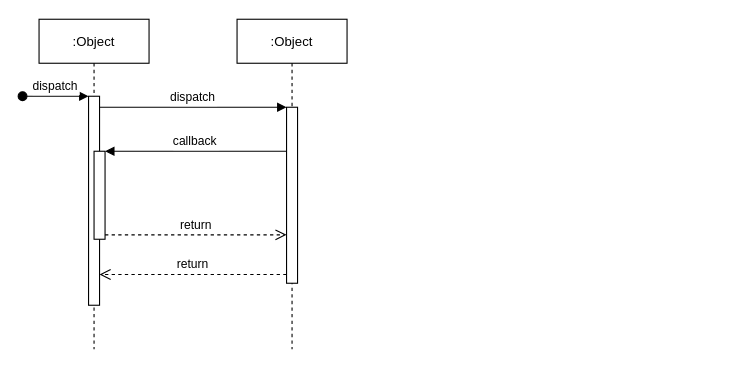
Earlier version of the draw.io diagram Untitled Diagram.drawio (yuanboss/git-learning). Source tidied: cells renumbered, new cells numbered last; positions are measured from the earlier drawing's top-left corner, leaving out a move shared by most shapes. Both pictures are drawn from the tidied source at 110%, with x=0, y=0 at pixel (22, 19).
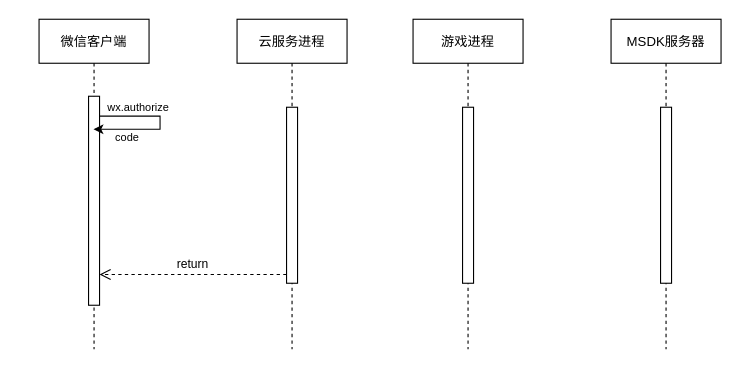
Above is the later version.

Commit message:
cloud game

The edit, as a diff of the source:
```diff
@@
 <mxGraphModel>
   <root>
     <mxCell id="0" />
     <mxCell id="1" parent="0" />
-    <mxCell id="2" value=":Object" style="shape=umlLifeline;perimeter=lifelinePerimeter;rounded=0;shadow=0;strokeWidth=1;" parent="1" vertex="1">
+    <mxCell id="2" value="微信客户端" style="shape=umlLifeline;perimeter=lifelinePerimeter;rounded=0;shadow=0;strokeWidth=1;" parent="1" vertex="1">
       <mxGeometry x="15" width="100" height="300" as="geometry" />
     </mxCell>
     <mxCell id="3" style="points=[];perimeter=orthogonalPerimeter;rounded=0;shadow=0;strokeWidth=1;" parent="2" vertex="1">
       <mxGeometry x="45" y="70" width="10" height="190" as="geometry" />
     </mxCell>
-    <mxCell id="4" value="dispatch" style="verticalAlign=bottom;startArrow=oval;endArrow=block;startSize=8;shadow=0;strokeWidth=1;" parent="2" edge="1" target="3">
-      <mxGeometry relative="1" as="geometry">
-        <mxPoint x="-15" y="70" as="sourcePoint" />
-      </mxGeometry>
-    </mxCell>
-    <mxCell id="5" style="points=[];perimeter=orthogonalPerimeter;rounded=0;shadow=0;strokeWidth=1;" parent="2" vertex="1">
-      <mxGeometry x="50" y="120" width="10" height="80" as="geometry" />
-    </mxCell>
+    <mxCell id="12" style="edgeStyle=elbowEdgeStyle;elbow=vertical;endArrow=classic;html=1;rounded=0;exitX=1;exitY=0.095;exitDx=0;exitDy=0;exitPerimeter=0;" parent="2" edge="1" source="3" target="2">
+      <mxGeometry relative="1" as="geometry">
+        <Array as="points">
+          <mxPoint x="110" y="100" />
+          <mxPoint x="110" y="110" />
+          <mxPoint x="110" y="120" />
+          <mxPoint x="110" y="130" />
+        </Array>
+      </mxGeometry>
+    </mxCell>
+    <mxCell id="13" value="code" style="text;html=1;align=center;verticalAlign=middle;strokeColor=none;fillColor=none;fontSize=10;" parent="2" vertex="1">
+      <mxGeometry x="60" y="97" width="40" height="20" as="geometry" />
+    </mxCell>
-    <mxCell id="6" value=":Object" style="shape=umlLifeline;perimeter=lifelinePerimeter;rounded=0;shadow=0;strokeWidth=1;" parent="1" vertex="1">
+    <mxCell id="6" value="云服务进程" style="shape=umlLifeline;perimeter=lifelinePerimeter;rounded=0;shadow=0;strokeWidth=1;" parent="1" vertex="1">
       <mxGeometry x="195" width="100" height="300" as="geometry" />
     </mxCell>
     <mxCell id="7" style="points=[];perimeter=orthogonalPerimeter;rounded=0;shadow=0;strokeWidth=1;" parent="6" vertex="1">
       <mxGeometry x="45" y="80" width="10" height="160" as="geometry" />
     </mxCell>
     <mxCell id="8" value="return" style="verticalAlign=bottom;endArrow=open;dashed=1;endSize=8;exitX=0;exitY=0.95;shadow=0;strokeWidth=1;" parent="1" edge="1" source="7" target="3">
       <mxGeometry relative="1" as="geometry" />
     </mxCell>
-    <mxCell id="9" value="dispatch" style="verticalAlign=bottom;endArrow=block;entryX=0;entryY=0;shadow=0;strokeWidth=1;" parent="1" edge="1" source="3" target="7">
-      <mxGeometry relative="1" as="geometry" />
-    </mxCell>
-    <mxCell id="10" value="callback" style="verticalAlign=bottom;endArrow=block;entryX=1;entryY=0;shadow=0;strokeWidth=1;" parent="1" edge="1" source="7" target="5">
-      <mxGeometry relative="1" as="geometry" />
-    </mxCell>
-    <mxCell id="11" value="return" style="verticalAlign=bottom;endArrow=open;dashed=1;endSize=8;exitX=1;exitY=0.95;shadow=0;strokeWidth=1;" parent="1" edge="1" source="5" target="7">
-      <mxGeometry relative="1" as="geometry" />
-    </mxCell>
+    <mxCell id="14" value="游戏进程" style="shape=umlLifeline;perimeter=lifelinePerimeter;rounded=0;shadow=0;strokeWidth=1;" parent="1" vertex="1">
+      <mxGeometry x="355" width="100" height="300" as="geometry" />
+    </mxCell>
+    <mxCell id="15" style="perimeter=orthogonalPerimeter;rounded=0;shadow=0;strokeWidth=1;" parent="14" vertex="1">
+      <mxGeometry x="45" y="80" width="10" height="160" as="geometry" />
+    </mxCell>
+    <mxCell id="16" value="MSDK服务器" style="shape=umlLifeline;perimeter=lifelinePerimeter;rounded=0;shadow=0;strokeWidth=1;" parent="1" vertex="1">
+      <mxGeometry x="535" width="100" height="300" as="geometry" />
+    </mxCell>
+    <mxCell id="17" style="perimeter=orthogonalPerimeter;rounded=0;shadow=0;strokeWidth=1;" parent="16" vertex="1">
+      <mxGeometry x="45" y="80" width="10" height="160" as="geometry" />
+    </mxCell>
+    <mxCell id="18" value="&lt;font style=&quot;font-size: 10px&quot;&gt;wx.authorize&lt;/font&gt;" style="text;html=1;align=center;verticalAlign=middle;strokeColor=none;fillColor=none;" parent="1" vertex="1">
+      <mxGeometry x="65" y="70" width="80" height="20" as="geometry" />
+    </mxCell>
   </root>
 </mxGraphModel>
```
